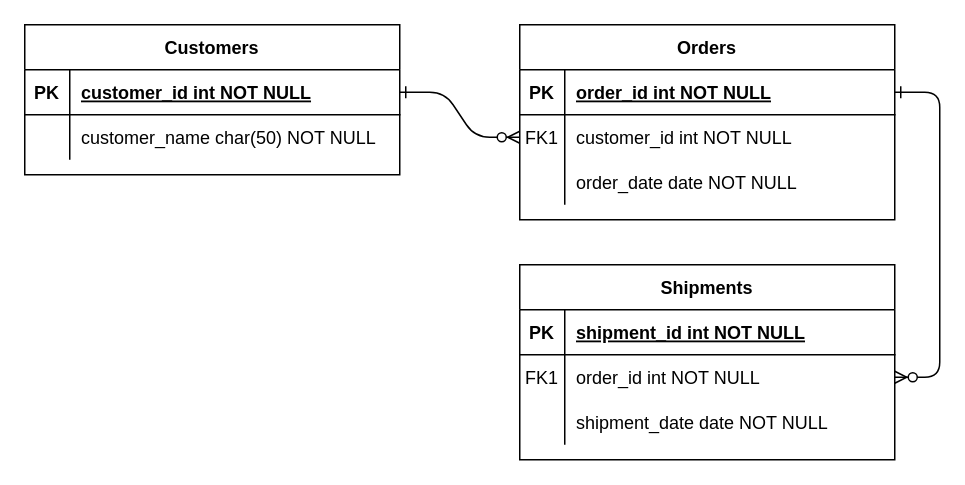
Above: Диаграмма без названия.drawio in romiraxp/ClientDB (draw.io), before the change. Source tidied: cells renumbered, new cells numbered last; positions are measured from the earlier drawing's top-left corner, leaving out a move shared by most shapes. Both pictures are drawn from the tidied source at 150%, with x=0, y=0 at pixel (24, 24).
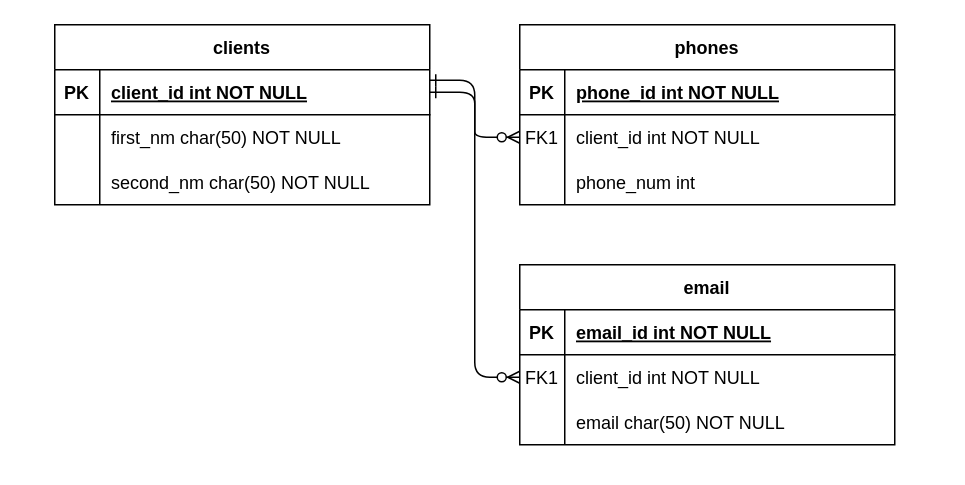
After the change.

The change refers to these unchanged cells:
```xml
<mxCell id="5" style="shape=partialRectangle;fillColor=none;points=[[0,0.5],[1,0.5]];portConstraint=eastwest;top=0;left=0;right=0;bottom=1;" parent="4" vertex="1">
  <mxGeometry y="30" width="250" height="30" as="geometry" />
</mxCell>
<mxCell id="8" style="shape=partialRectangle;fillColor=none;points=[[0,0.5],[1,0.5]];portConstraint=eastwest;top=0;left=0;right=0;bottom=0;" parent="4" vertex="1">
  <mxGeometry y="60" width="250" height="30" as="geometry" />
</mxCell>
<mxCell id="15" style="shape=partialRectangle;fillColor=none;top=0;left=0;right=0;bottom=1;" parent="14" vertex="1">
  <mxGeometry y="30" width="250" height="30" as="geometry" />
</mxCell>
<mxCell id="25" style="shape=partialRectangle;fillColor=none;points=[[0,0.5],[1,0.5]];portConstraint=eastwest;top=0;left=0;right=0;bottom=1;" parent="24" vertex="1">
  <mxGeometry y="30" width="250" height="30" as="geometry" />
</mxCell>
<mxCell id="28" style="shape=partialRectangle;fillColor=none;top=0;left=0;right=0;bottom=0;" parent="24" vertex="1">
  <mxGeometry y="60" width="250" height="30" as="geometry" />
</mxCell>
```

Change to the diagram source:
```diff
@@
-    <mxCell id="2" style="edgeStyle=entityRelationEdgeStyle;endArrow=ERzeroToMany;startArrow=ERone;endFill=1;startFill=0;" parent="1" edge="1" source="25" target="8">
+    <mxCell id="2" style="edgeStyle=entityRelationEdgeStyle;endArrow=ERzeroToMany;startArrow=ERone;endFill=1;startFill=0;exitX=1;exitY=0.5;exitDx=0;exitDy=0;" parent="1" edge="1" source="25" target="8">
       <mxGeometry relative="1" as="geometry" />
     </mxCell>
-    <mxCell id="3" style="edgeStyle=entityRelationEdgeStyle;endArrow=ERzeroToMany;startArrow=ERone;endFill=1;startFill=0;" parent="1" edge="1" source="5" target="18">
-      <mxGeometry relative="1" as="geometry" />
+    <mxCell id="3" style="edgeStyle=entityRelationEdgeStyle;endArrow=ERzeroToMany;startArrow=ERone;endFill=1;startFill=0;entryX=0;entryY=0.5;entryDx=0;entryDy=0;exitX=1;exitY=0.233;exitDx=0;exitDy=0;exitPerimeter=0;" parent="1" edge="1" source="25" target="21">
+      <mxGeometry relative="1" as="geometry">
+        <Array as="points">
+          <mxPoint x="270" y="65" />
+        </Array>
+      </mxGeometry>
     </mxCell>
-    <mxCell id="4" value="Orders" style="shape=table;startSize=30;childLayout=tableLayout;rowLines=0;fontStyle=1;align=center;" parent="1" vertex="1">
-      <mxGeometry x="330" width="250" height="130" as="geometry" />
+    <mxCell id="4" value="phones" style="shape=table;startSize=30;childLayout=tableLayout;rowLines=0;fontStyle=1;align=center;" parent="1" vertex="1">
+      <mxGeometry x="330" width="250" height="120" as="geometry" />
     </mxCell>
@@
-    <mxCell id="7" value="order_id int NOT NULL " style="shape=partialRectangle;overflow=hidden;fillColor=none;top=0;left=0;bottom=0;right=0;align=left;spacingLeft=6;fontStyle=5;" parent="5" vertex="1">
+    <mxCell id="7" value="phone_id int NOT NULL " style="shape=partialRectangle;overflow=hidden;fillColor=none;top=0;left=0;bottom=0;right=0;align=left;spacingLeft=6;fontStyle=5;" parent="5" vertex="1">
       <mxGeometry x="30" width="220" height="30" as="geometry" />
     </mxCell>
@@
-    <mxCell id="10" value="customer_id int NOT NULL" style="shape=partialRectangle;overflow=hidden;fillColor=none;top=0;left=0;bottom=0;right=0;align=left;spacingLeft=6;" parent="8" vertex="1">
+    <mxCell id="10" value="client_id int NOT NULL" style="shape=partialRectangle;overflow=hidden;fillColor=none;top=0;left=0;bottom=0;right=0;align=left;spacingLeft=6;" parent="8" vertex="1">
       <mxGeometry x="30" width="220" height="30" as="geometry" />
     </mxCell>
-    <mxCell id="11" style="shape=partialRectangle;fillColor=none;top=0;left=0;right=0;bottom=0;" parent="4" vertex="1">
-      <mxGeometry y="90" width="250" height="30" as="geometry" />
-    </mxCell>
-    <mxCell id="12" style="shape=partialRectangle;overflow=hidden;fillColor=none;top=0;left=0;bottom=0;right=0;" parent="11" vertex="1">
-      <mxGeometry width="30" height="30" as="geometry" />
-    </mxCell>
-    <mxCell id="13" value="order_date date NOT NULL" style="shape=partialRectangle;overflow=hidden;fillColor=none;top=0;left=0;bottom=0;right=0;align=left;spacingLeft=6;" parent="11" vertex="1">
-      <mxGeometry x="30" width="220" height="30" as="geometry" />
-    </mxCell>
+    <mxCell id="31" style="shape=partialRectangle;fillColor=none;top=0;left=0;right=0;bottom=0;" parent="4" vertex="1">
+      <mxGeometry y="90" width="250" height="30" as="geometry" />
+    </mxCell>
+    <mxCell id="32" style="shape=partialRectangle;overflow=hidden;fillColor=none;top=0;left=0;bottom=0;right=0;" parent="31" vertex="1">
+      <mxGeometry width="30" height="30" as="geometry" />
+    </mxCell>
+    <mxCell id="33" value="phone_num int" style="shape=partialRectangle;overflow=hidden;fillColor=none;top=0;left=0;bottom=0;right=0;align=left;spacingLeft=6;" parent="31" vertex="1">
+      <mxGeometry x="30" width="220" height="30" as="geometry" />
+    </mxCell>
-    <mxCell id="14" value="Shipments" style="shape=table;startSize=30;childLayout=tableLayout;rowLines=0;fontStyle=1;align=center;" parent="1" vertex="1">
-      <mxGeometry x="330" y="160" width="250" height="130" as="geometry" />
+    <mxCell id="14" value="email" style="shape=table;startSize=30;childLayout=tableLayout;rowLines=0;fontStyle=1;align=center;" parent="1" vertex="1">
+      <mxGeometry x="330" y="160" width="250" height="120" as="geometry" />
     </mxCell>
@@
-    <mxCell id="17" value="shipment_id int NOT NULL " style="shape=partialRectangle;overflow=hidden;fillColor=none;top=0;left=0;bottom=0;right=0;align=left;spacingLeft=6;fontStyle=5;" parent="15" vertex="1">
+    <mxCell id="17" value="email_id int NOT NULL " style="shape=partialRectangle;overflow=hidden;fillColor=none;top=0;left=0;bottom=0;right=0;align=left;spacingLeft=6;fontStyle=5;" parent="15" vertex="1">
       <mxGeometry x="30" width="220" height="30" as="geometry" />
     </mxCell>
+    <mxCell id="21" style="shape=partialRectangle;fillColor=none;points=[[0,0.5],[1,0.5]];portConstraint=eastwest;top=0;left=0;right=0;bottom=0;" parent="14" vertex="1">
+      <mxGeometry y="60" width="250" height="30" as="geometry" />
+    </mxCell>
+    <mxCell id="22" value="FK1" style="shape=partialRectangle;overflow=hidden;fillColor=none;top=0;left=0;bottom=0;right=0;" parent="21" vertex="1">
+      <mxGeometry width="30" height="30" as="geometry" />
+    </mxCell>
+    <mxCell id="23" value="client_id int NOT NULL" style="shape=partialRectangle;overflow=hidden;fillColor=none;top=0;left=0;bottom=0;right=0;align=left;spacingLeft=6;" parent="21" vertex="1">
+      <mxGeometry x="30" width="220" height="30" as="geometry" />
+    </mxCell>
     <mxCell id="18" style="shape=partialRectangle;fillColor=none;points=[[0,0.5],[1,0.5]];portConstraint=eastwest;top=0;left=0;right=0;bottom=0;" parent="14" vertex="1">
-      <mxGeometry y="60" width="250" height="30" as="geometry" />
+      <mxGeometry y="90" width="250" height="30" as="geometry" />
     </mxCell>
-    <mxCell id="19" value="FK1" style="shape=partialRectangle;overflow=hidden;fillColor=none;top=0;left=0;bottom=0;right=0;" parent="18" vertex="1">
+    <mxCell id="19" style="shape=partialRectangle;overflow=hidden;fillColor=none;top=0;left=0;bottom=0;right=0;" parent="18" vertex="1">
       <mxGeometry width="30" height="30" as="geometry" />
     </mxCell>
-    <mxCell id="20" value="order_id int NOT NULL" style="shape=partialRectangle;overflow=hidden;fillColor=none;top=0;left=0;bottom=0;right=0;align=left;spacingLeft=6;" parent="18" vertex="1">
+    <mxCell id="20" value="email char(50) NOT NULL" style="shape=partialRectangle;overflow=hidden;fillColor=none;top=0;left=0;bottom=0;right=0;align=left;spacingLeft=6;" parent="18" vertex="1">
       <mxGeometry x="30" width="220" height="30" as="geometry" />
     </mxCell>
-    <mxCell id="21" style="shape=partialRectangle;fillColor=none;points=[[0,0.5],[1,0.5]];portConstraint=eastwest;top=0;left=0;right=0;bottom=0;" parent="14" vertex="1">
-      <mxGeometry y="90" width="250" height="30" as="geometry" />
-    </mxCell>
-    <mxCell id="22" style="shape=partialRectangle;overflow=hidden;fillColor=none;top=0;left=0;bottom=0;right=0;" parent="21" vertex="1">
-      <mxGeometry width="30" height="30" as="geometry" />
-    </mxCell>
-    <mxCell id="23" value="shipment_date date NOT NULL" style="shape=partialRectangle;overflow=hidden;fillColor=none;top=0;left=0;bottom=0;right=0;align=left;spacingLeft=6;" parent="21" vertex="1">
-      <mxGeometry x="30" width="220" height="30" as="geometry" />
-    </mxCell>
-    <mxCell id="24" value="Customers" style="shape=table;startSize=30;childLayout=tableLayout;rowLines=0;fontStyle=1;align=center;" parent="1" vertex="1">
-      <mxGeometry width="250" height="100" as="geometry" />
+    <mxCell id="24" value="clients" style="shape=table;startSize=30;childLayout=tableLayout;rowLines=0;fontStyle=1;align=center;" parent="1" vertex="1">
+      <mxGeometry x="20" width="250" height="120" as="geometry" />
     </mxCell>
@@
-    <mxCell id="27" value="customer_id int NOT NULL " style="shape=partialRectangle;overflow=hidden;fillColor=none;top=0;left=0;bottom=0;right=0;align=left;spacingLeft=6;fontStyle=5;" parent="25" vertex="1">
+    <mxCell id="27" value="client_id int NOT NULL " style="shape=partialRectangle;overflow=hidden;fillColor=none;top=0;left=0;bottom=0;right=0;align=left;spacingLeft=6;fontStyle=5;" parent="25" vertex="1">
       <mxGeometry x="30" width="220" height="30" as="geometry" />
     </mxCell>
@@
-    <mxCell id="30" value="customer_name char(50) NOT NULL" style="shape=partialRectangle;overflow=hidden;fillColor=none;top=0;left=0;bottom=0;right=0;align=left;spacingLeft=6;" parent="28" vertex="1">
+    <mxCell id="30" value="first_nm char(50) NOT NULL" style="shape=partialRectangle;overflow=hidden;fillColor=none;top=0;left=0;bottom=0;right=0;align=left;spacingLeft=6;" parent="28" vertex="1">
       <mxGeometry x="30" width="220" height="30" as="geometry" />
     </mxCell>
+    <mxCell id="34" style="shape=partialRectangle;fillColor=none;top=0;left=0;right=0;bottom=0;" parent="24" vertex="1">
+      <mxGeometry y="90" width="250" height="30" as="geometry" />
+    </mxCell>
+    <mxCell id="35" style="shape=partialRectangle;overflow=hidden;fillColor=none;top=0;left=0;bottom=0;right=0;" parent="34" vertex="1">
+      <mxGeometry width="30" height="30" as="geometry" />
+    </mxCell>
+    <mxCell id="36" value="second_nm char(50) NOT NULL" style="shape=partialRectangle;overflow=hidden;fillColor=none;top=0;left=0;bottom=0;right=0;align=left;spacingLeft=6;" parent="34" vertex="1">
+      <mxGeometry x="30" width="220" height="30" as="geometry" />
+    </mxCell>
```
